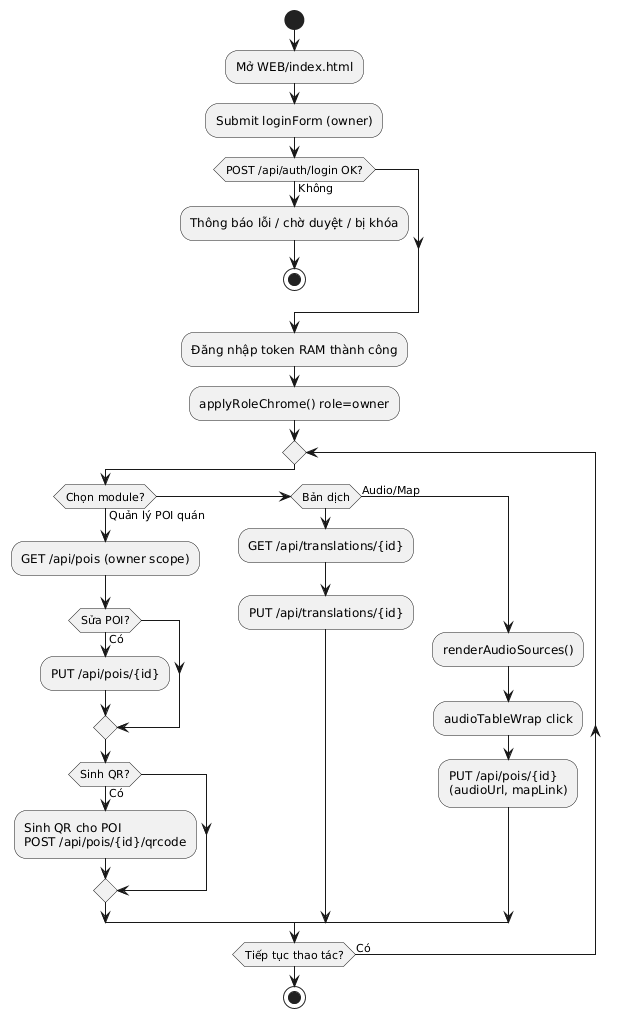
Above: Diagrams/ACT Owner.png in hoangtri22/TravelGuide (PlantUML), before the change. Its diagram source:
```plantuml
@startuml
start
:Mở WEB/index.html;
:Submit loginForm (owner);
if (POST /api/auth/login OK?) then (Không)
  :Thông báo lỗi / chờ duyệt / bị khóa;
  stop
endif
:Đăng nhập token RAM thành công;
:applyRoleChrome() role=owner;
repeat
  if (Chọn module?) then (Quản lý POI quán)
    :GET /api/pois (owner scope);
    if (Sửa POI?) then (Có)
      :PUT /api/pois/{id};
    endif
    if (Sinh QR?) then (Có)
      :Sinh QR cho POI\nPOST /api/pois/{id}/qrcode;
    endif
  elseif (Bản dịch)
    :GET /api/translations/{id};
    :PUT /api/translations/{id};
  else (Audio/Map)
    :renderAudioSources();
    :audioTableWrap click;
    :PUT /api/pois/{id}\n(audioUrl, mapLink);
  endif
repeat while (Tiếp tục thao tác?) is (Có)
stop
@enduml
```
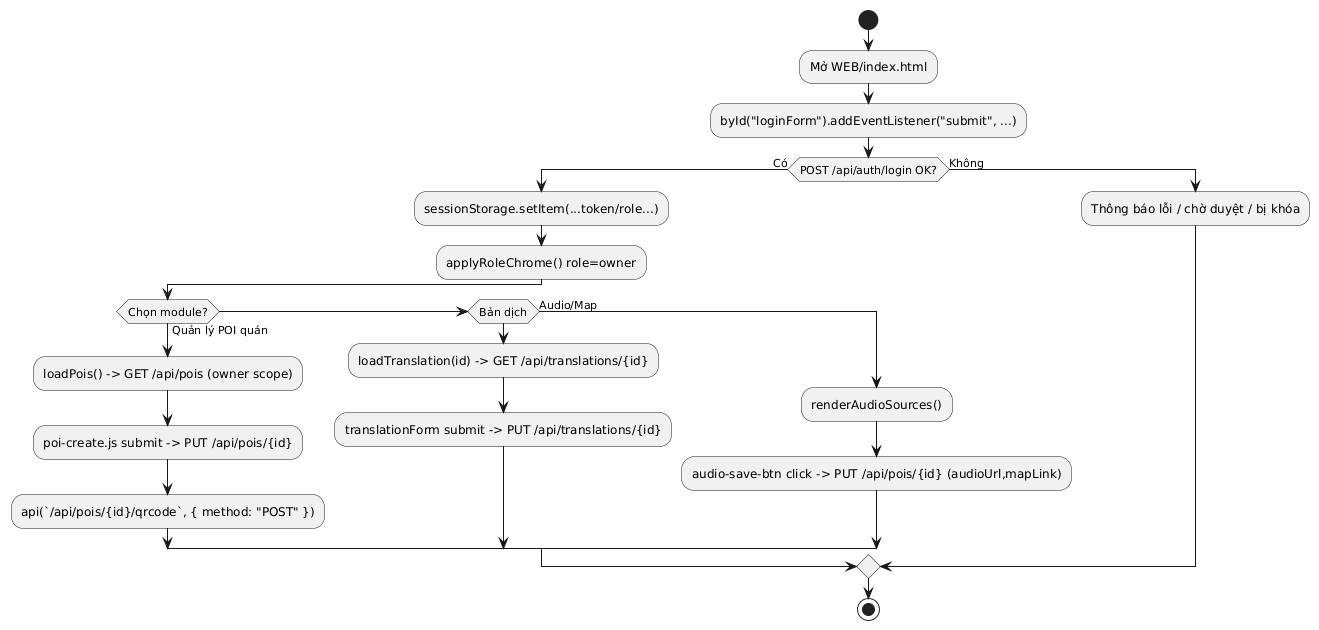
Above is the later version.

The edit, as a diff of the source:
```diff
@@ -1,30 +1,23 @@
 @startuml
 start
 :Mở WEB/index.html;
-:Submit loginForm (owner);
-if (POST /api/auth/login OK?) then (Không)
-  :Thông báo lỗi / chờ duyệt / bị khóa;
-  stop
-endif
-:Đăng nhập token RAM thành công;
-:applyRoleChrome() role=owner;
-repeat
+:byId("loginForm").addEventListener("submit", ...);
+if (POST /api/auth/login OK?) then (Có)
+  :sessionStorage.setItem(...token/role...);
+  :applyRoleChrome() role=owner;
   if (Chọn module?) then (Quản lý POI quán)
-    :GET /api/pois (owner scope);
-    if (Sửa POI?) then (Có)
-      :PUT /api/pois/{id};
-    endif
-    if (Sinh QR?) then (Có)
-      :Sinh QR cho POI\nPOST /api/pois/{id}/qrcode;
-    endif
+    :loadPois() -> GET /api/pois (owner scope);
+    :poi-create.js submit -> PUT /api/pois/{id};
+    :api(`/api/pois/{id}/qrcode`, { method: "POST" });
   elseif (Bản dịch)
-    :GET /api/translations/{id};
-    :PUT /api/translations/{id};
+    :loadTranslation(id) -> GET /api/translations/{id};
+    :translationForm submit -> PUT /api/translations/{id};
   else (Audio/Map)
     :renderAudioSources();
-    :audioTableWrap click;
-    :PUT /api/pois/{id}\n(audioUrl, mapLink);
+    :audio-save-btn click -> PUT /api/pois/{id} (audioUrl,mapLink);
   endif
-repeat while (Tiếp tục thao tác?) is (Có)
+else (Không)
+  :Thông báo lỗi / chờ duyệt / bị khóa;
+endif
 stop
 @enduml
```
